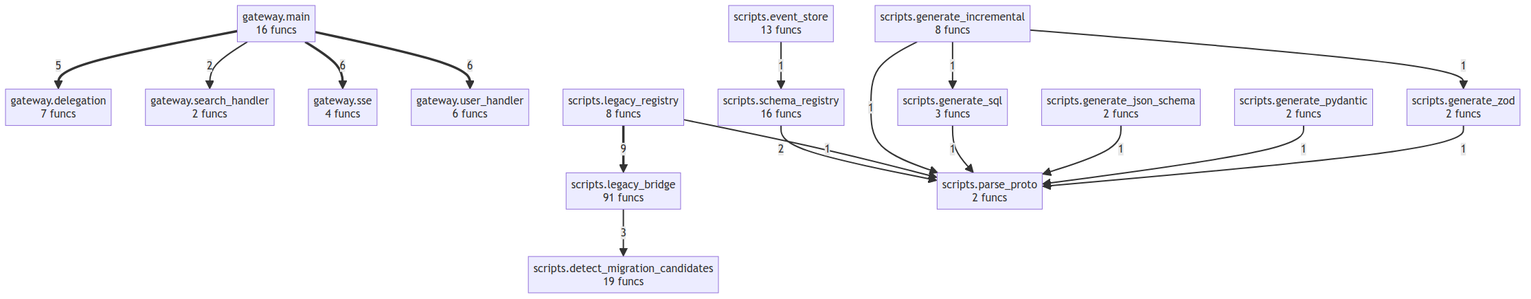
semcod/protos keeps this Mermaid diagram as project/compact_flow.png. Above is the earlier version. Its source is kept beside it as project/compact_flow.mmd.
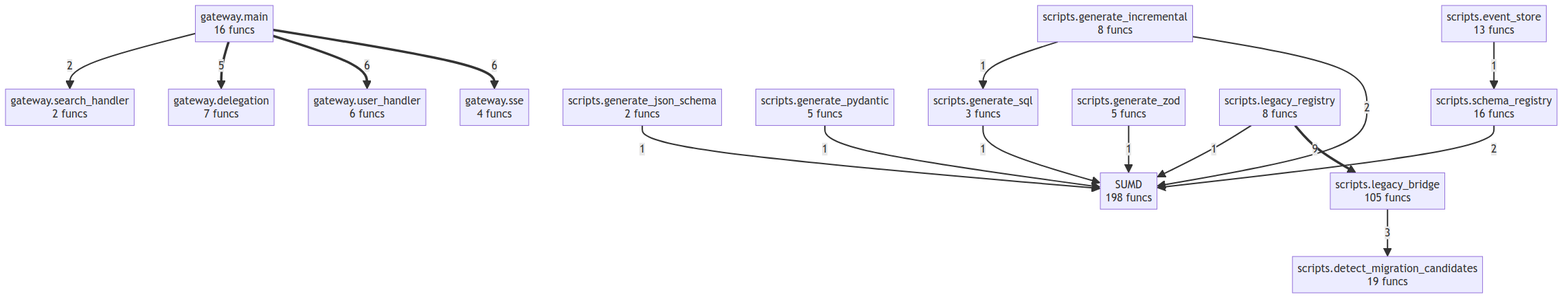
After the change.

Change to the diagram source:
```diff
@@ -1,4 +1,5 @@
 flowchart TD
+    SUMD["SUMD<br/>198 funcs"]
     gateway__delegation["gateway.delegation<br/>7 funcs"]
     gateway__main["gateway.main<br/>16 funcs"]
     gateway__search_handler["gateway.search_handler<br/>2 funcs"]
@@ -8,12 +9,11 @@
     scripts__event_store["scripts.event_store<br/>13 funcs"]
     scripts__generate_incremental["scripts.generate_incremental<br/>8 funcs"]
     scripts__generate_json_schema["scripts.generate_json_schema<br/>2 funcs"]
-    scripts__generate_pydantic["scripts.generate_pydantic<br/>2 funcs"]
+    scripts__generate_pydantic["scripts.generate_pydantic<br/>5 funcs"]
     scripts__generate_sql["scripts.generate_sql<br/>3 funcs"]
-    scripts__generate_zod["scripts.generate_zod<br/>2 funcs"]
-    scripts__legacy_bridge["scripts.legacy_bridge<br/>91 funcs"]
+    scripts__generate_zod["scripts.generate_zod<br/>5 funcs"]
+    scripts__legacy_bridge["scripts.legacy_bridge<br/>105 funcs"]
     scripts__legacy_registry["scripts.legacy_registry<br/>8 funcs"]
-    scripts__parse_proto["scripts.parse_proto<br/>2 funcs"]
     scripts__schema_registry["scripts.schema_registry<br/>16 funcs"]
     scripts__legacy_registry ==>|9| scripts__legacy_bridge
     gateway__main ==>|6| gateway__sse
@@ -21,13 +21,12 @@
     gateway__main ==>|5| gateway__delegation
     scripts__legacy_bridge -->|3| scripts__detect_migration_candidates
     gateway__main -->|2| gateway__search_handler
-    scripts__schema_registry -->|2| scripts__parse_proto
-    scripts__legacy_registry -->|1| scripts__parse_proto
-    scripts__generate_incremental -->|1| scripts__parse_proto
-    scripts__generate_incremental -->|1| scripts__generate_zod
+    scripts__generate_incremental -->|2| SUMD
+    scripts__schema_registry -->|2| SUMD
+    scripts__legacy_registry -->|1| SUMD
     scripts__generate_incremental -->|1| scripts__generate_sql
-    scripts__generate_sql -->|1| scripts__parse_proto
-    scripts__generate_json_schema -->|1| scripts__parse_proto
-    scripts__generate_pydantic -->|1| scripts__parse_proto
+    scripts__generate_sql -->|1| SUMD
+    scripts__generate_json_schema -->|1| SUMD
     scripts__event_store -->|1| scripts__schema_registry
-    scripts__generate_zod -->|1| scripts__parse_proto
+    scripts__generate_pydantic -->|1| SUMD
+    scripts__generate_zod -->|1| SUMD
```
